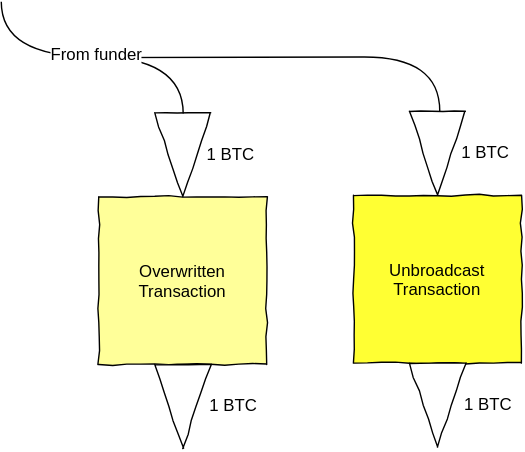
Earlier version of the draw.io export Transaction_Types3.svg (PayChan/bitcoin-payment-channels-taxonomy). Source tidied: cells renumbered, new cells last; positions are measured from the earlier drawing's top-left corner, leaving out a move shared by most shapes.
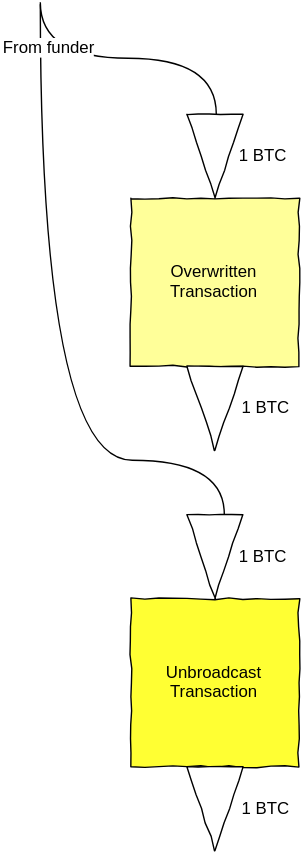
The same file after the commit.

Diff of the diagram source:
```diff
@@ -3,64 +3,64 @@
     <mxCell id="0" />
     <mxCell id="1" parent="0" />
     <mxCell id="2" style="endArrow=none;html=1;edgeStyle=orthogonalEdgeStyle;endFill=0;curved=1;entryX=0;entryY=0.5;" parent="1" edge="1">
-      <mxGeometry x="912" y="2298" as="geometry">
-        <mxPoint x="57.8" y="39.7" as="sourcePoint" />
-        <mxPoint x="313.7" y="78" as="targetPoint" />
+      <mxGeometry x="807" y="1474" as="geometry">
+        <mxPoint x="77.3" y="-1110.6" as="sourcePoint" />
+        <mxPoint x="208.7" y="-746.3" as="targetPoint" />
         <Array as="points">
-          <mxPoint x="204" y="39" />
-          <mxPoint x="313" y="39" />
+          <mxPoint x="77" y="-785" />
+          <mxPoint x="209" y="-785" />
         </Array>
       </mxGeometry>
     </mxCell>
     <mxCell id="3" value="Overwritten Transaction" style="whiteSpace=wrap;html=1;comic=1;plain-green;gradientColor=none;fillColor=#FFFF99;strokeColor=#000000;" parent="1" vertex="1">
-      <mxGeometry x="70" y="139" width="120" height="120" as="geometry" />
+      <mxGeometry x="142" y="-972" width="120" height="120" as="geometry" />
     </mxCell>
     <mxCell id="4" style="triangle;whiteSpace=wrap;html=1;comic=1;rotation=90;" parent="1" vertex="1">
-      <mxGeometry x="100" y="89" width="60" height="40" as="geometry" />
+      <mxGeometry x="172" y="-1022" width="60" height="40" as="geometry" />
     </mxCell>
     <mxCell id="5" style="triangle;whiteSpace=wrap;html=1;comic=1;rotation=90;" parent="1" vertex="1">
-      <mxGeometry x="100" y="269" width="60" height="40" as="geometry" />
+      <mxGeometry x="172" y="-842" width="60" height="40" as="geometry" />
     </mxCell>
-    <mxCell id="6" value="From funder" style="text;html=1;align=center;verticalAlign=middle;labelBackgroundColor=#ffffff;" parent="1" vertex="1">
-      <mxGeometry x="68.2" y="36.8" as="geometry">
-        <mxPoint x="2" y="-2" as="offset" />
+    <mxCell id="6" style="endArrow=none;html=1;edgeStyle=orthogonalEdgeStyle;entryX=0;entryY=0.5;endFill=0;curved=1;" parent="1" edge="1">
+      <mxGeometry x="765" y="1219" as="geometry">
+        <mxPoint x="77.3" y="-1112" as="sourcePoint" />
+        <mxPoint x="203" y="-1032" as="targetPoint" />
+        <Array as="points">
+          <mxPoint x="77" y="-1072" />
+          <mxPoint x="203" y="-1072" />
+        </Array>
       </mxGeometry>
     </mxCell>
-    <mxCell id="7" value="1 BTC" style="text;html=1;strokeColor=none;fillColor=none;align=center;verticalAlign=middle;whiteSpace=wrap;overflow=hidden;comic=1;" parent="1" vertex="1">
-      <mxGeometry x="143" y="88" width="42" height="39" as="geometry" />
+    <mxCell id="7" value="From funder" style="text;html=1;align=center;verticalAlign=middle;labelBackgroundColor=#ffffff;" parent="6" vertex="1">
+      <mxGeometry relative="1" as="geometry">
+        <mxPoint x="-57" y="-9" as="offset" />
+      </mxGeometry>
     </mxCell>
-    <mxCell id="8" value="1 BTC" style="text;html=1;strokeColor=none;fillColor=none;align=center;verticalAlign=middle;whiteSpace=wrap;overflow=hidden;comic=1;" parent="1" vertex="1">
-      <mxGeometry x="142" y="268" width="48" height="39" as="geometry" />
+    <mxCell id="8" value="From funder" style="text;html=1;align=center;verticalAlign=middle;labelBackgroundColor=#ffffff;" parent="1" vertex="1">
+      <mxGeometry x="83.1" y="-1081" as="geometry">
+        <mxPoint x="-57" y="-9" as="offset" />
+      </mxGeometry>
     </mxCell>
-    <mxCell id="9" value="Unbroadcast Transaction" style="whiteSpace=wrap;html=1;comic=1;plain-green;gradientColor=none;fillColor=#FFFF33;strokeColor=#000000;" parent="1" vertex="1">
-      <mxGeometry x="252" y="138" width="120" height="120" as="geometry" />
+    <mxCell id="9" value="1 BTC" style="text;html=1;strokeColor=none;fillColor=none;align=center;verticalAlign=middle;whiteSpace=wrap;overflow=hidden;comic=1;" parent="1" vertex="1">
+      <mxGeometry x="215" y="-1023" width="42" height="39" as="geometry" />
     </mxCell>
-    <mxCell id="10" style="triangle;whiteSpace=wrap;html=1;comic=1;rotation=90;" parent="1" vertex="1">
-      <mxGeometry x="282" y="88" width="60" height="40" as="geometry" />
+    <mxCell id="10" value="1 BTC" style="text;html=1;strokeColor=none;fillColor=none;align=center;verticalAlign=middle;whiteSpace=wrap;overflow=hidden;comic=1;" parent="1" vertex="1">
+      <mxGeometry x="214" y="-843" width="48" height="39" as="geometry" />
     </mxCell>
-    <mxCell id="11" style="triangle;whiteSpace=wrap;html=1;comic=1;rotation=90;" parent="1" vertex="1">
-      <mxGeometry x="282" y="268" width="60" height="40" as="geometry" />
+    <mxCell id="11" value="Unbroadcast Transaction" style="whiteSpace=wrap;html=1;comic=1;plain-green;gradientColor=none;fillColor=#FFFF33;strokeColor=#000000;" parent="1" vertex="1">
+      <mxGeometry x="142" y="-686" width="120" height="120" as="geometry" />
     </mxCell>
-    <mxCell id="12" value="1 BTC" style="text;html=1;strokeColor=none;fillColor=none;align=center;verticalAlign=middle;whiteSpace=wrap;overflow=hidden;comic=1;" parent="1" vertex="1">
-      <mxGeometry x="325" y="87" width="42" height="39" as="geometry" />
+    <mxCell id="12" style="triangle;whiteSpace=wrap;html=1;comic=1;rotation=90;" parent="1" vertex="1">
+      <mxGeometry x="172" y="-736" width="60" height="40" as="geometry" />
     </mxCell>
-    <mxCell id="13" value="1 BTC" style="text;html=1;strokeColor=none;fillColor=none;align=center;verticalAlign=middle;whiteSpace=wrap;overflow=hidden;comic=1;" parent="1" vertex="1">
-      <mxGeometry x="324" y="267" width="48" height="39" as="geometry" />
+    <mxCell id="13" style="triangle;whiteSpace=wrap;html=1;comic=1;rotation=90;" parent="1" vertex="1">
+      <mxGeometry x="172" y="-556" width="60" height="40" as="geometry" />
     </mxCell>
-    <mxCell id="14" style="endArrow=none;html=1;edgeStyle=orthogonalEdgeStyle;entryX=0;entryY=0.5;endFill=0;curved=1;exitX=1;exitY=0.5;" parent="1" edge="1">
-      <mxGeometry x="693" y="2330" as="geometry">
-        <mxPoint x="0.3" y="-0.3" as="sourcePoint" />
-        <mxPoint x="130.3" y="79.7" as="targetPoint" />
-        <Array as="points">
-          <mxPoint y="39" />
-          <mxPoint x="130" y="39" />
-        </Array>
-      </mxGeometry>
+    <mxCell id="14" value="1 BTC" style="text;html=1;strokeColor=none;fillColor=none;align=center;verticalAlign=middle;whiteSpace=wrap;overflow=hidden;comic=1;" parent="1" vertex="1">
+      <mxGeometry x="215" y="-737" width="42" height="39" as="geometry" />
     </mxCell>
-    <mxCell id="15" value="From funder" style="text;html=1;align=center;verticalAlign=middle;labelBackgroundColor=#ffffff;" parent="14" vertex="1">
-      <mxGeometry relative="1" as="geometry">
-        <mxPoint x="2" y="-2" as="offset" />
-      </mxGeometry>
+    <mxCell id="15" value="1 BTC" style="text;html=1;strokeColor=none;fillColor=none;align=center;verticalAlign=middle;whiteSpace=wrap;overflow=hidden;comic=1;" parent="1" vertex="1">
+      <mxGeometry x="214" y="-557" width="48" height="39" as="geometry" />
     </mxCell>
   </root>
 </mxGraphModel>
```
